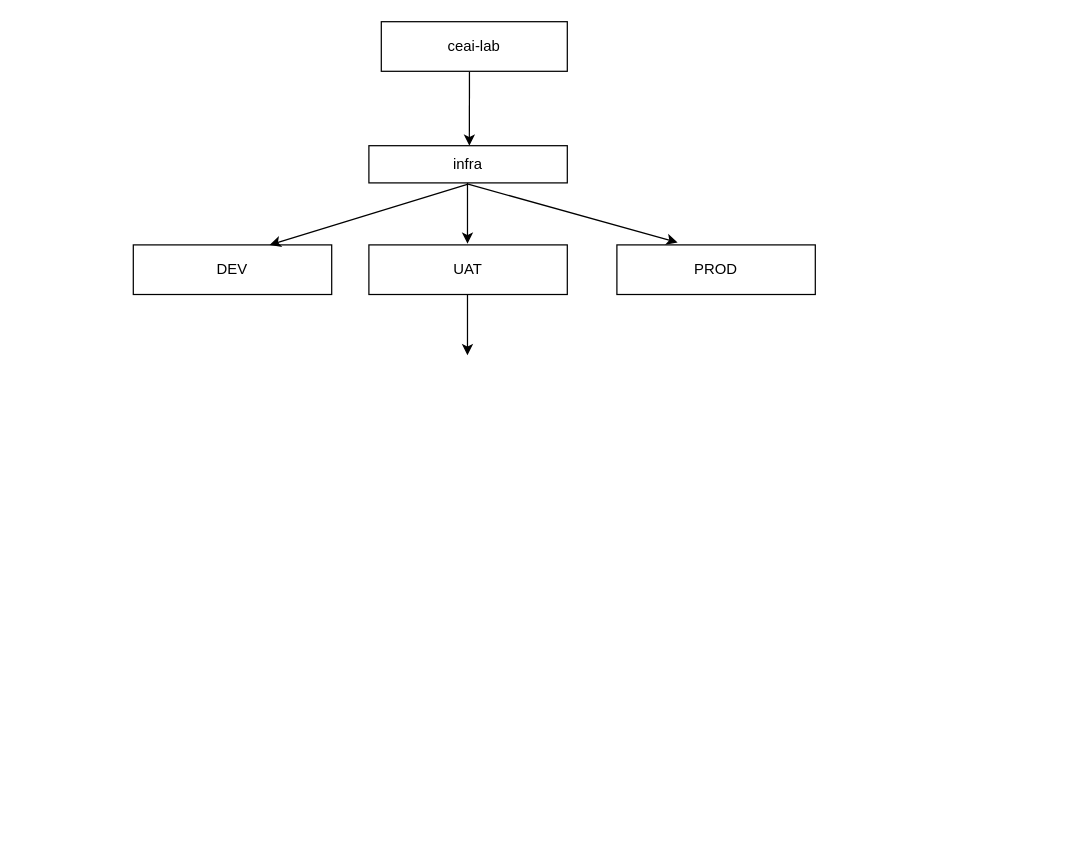
vishalshah1984/samle-CI keeps this draw.io diagram as Untitled Diagram.drawio. Above is the earlier version. Source tidied: cells renumbered, new cells numbered last; positions are measured from the earlier drawing's top-left corner, leaving out a move shared by most shapes. Both pictures are drawn from the tidied source at 124%, with x=0, y=0 at pixel (133, 21).
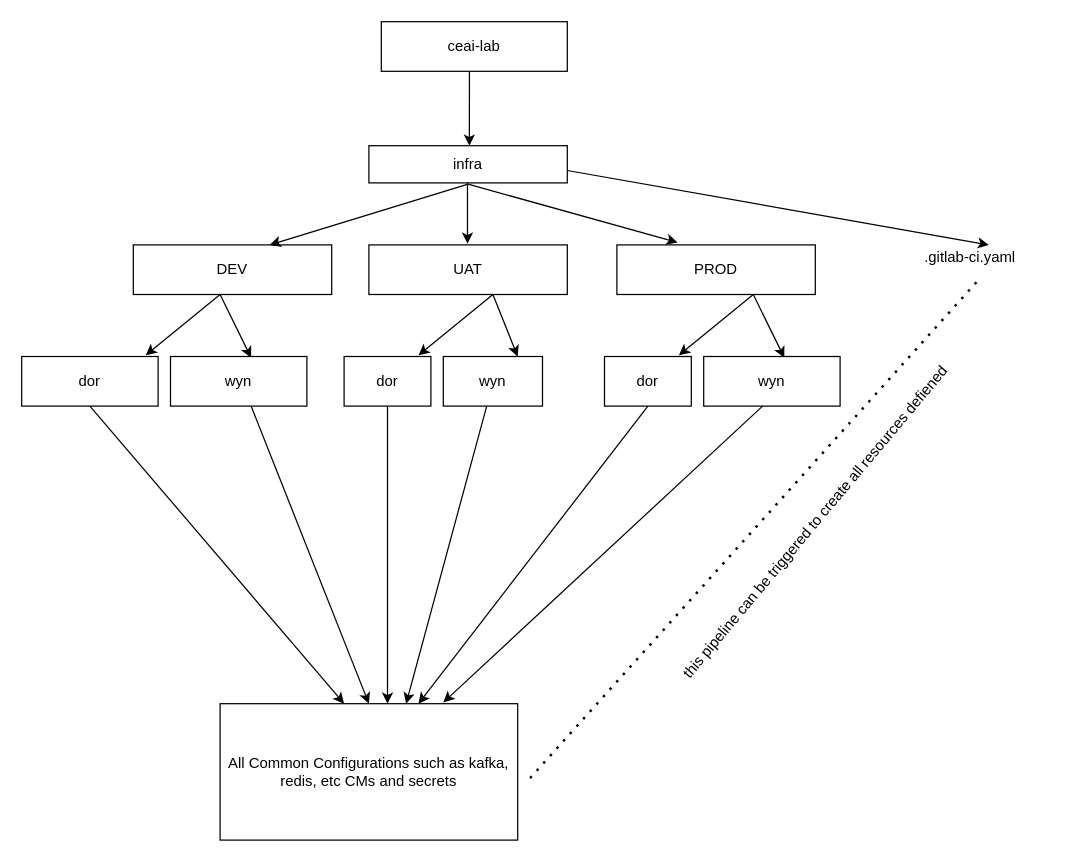
The same diagram, later.

The edit, as a diff of the source:
```diff
@@
     <mxCell id="7" style="endArrow=classic;html=1;exitX=0.474;exitY=1.013;exitDx=0;exitDy=0;exitPerimeter=0;" parent="1" edge="1">
       <mxGeometry relative="1" as="geometry">
-        <mxPoint x="269.5" y="220" as="sourcePoint" />
-        <mxPoint x="269.5" y="269" as="targetPoint" />
+        <mxPoint x="70" y="220" as="sourcePoint" />
+        <mxPoint x="10" y="269" as="targetPoint" />
       </mxGeometry>
     </mxCell>
@@
+    <mxCell id="12" style="endArrow=classic;html=1;exitX=0.474;exitY=1.013;exitDx=0;exitDy=0;exitPerimeter=0;entryX=0.591;entryY=0.025;entryDx=0;entryDy=0;entryPerimeter=0;" parent="1" edge="1" target="14">
+      <mxGeometry relative="1" as="geometry">
+        <mxPoint x="70" y="220" as="sourcePoint" />
+      </mxGeometry>
+    </mxCell>
+    <mxCell id="13" value="dor" style="rounded=0;whiteSpace=wrap;html=1;" parent="1" vertex="1">
+      <mxGeometry x="-90" y="270" width="110" height="40" as="geometry" />
+    </mxCell>
+    <mxCell id="14" value="wyn" style="rounded=0;whiteSpace=wrap;html=1;" parent="1" vertex="1">
+      <mxGeometry x="30" y="270" width="110" height="40" as="geometry" />
+    </mxCell>
+    <mxCell id="15" style="endArrow=classic;html=1;exitX=0.474;exitY=1.013;exitDx=0;exitDy=0;exitPerimeter=0;" parent="1" edge="1">
+      <mxGeometry relative="1" as="geometry">
+        <mxPoint x="290" y="220" as="sourcePoint" />
+        <mxPoint x="230" y="269" as="targetPoint" />
+      </mxGeometry>
+    </mxCell>
+    <mxCell id="16" style="endArrow=classic;html=1;exitX=0.474;exitY=1.013;exitDx=0;exitDy=0;exitPerimeter=0;entryX=0.75;entryY=0;entryDx=0;entryDy=0;" parent="1" edge="1" target="18">
+      <mxGeometry relative="1" as="geometry">
+        <mxPoint x="290" y="220" as="sourcePoint" />
+      </mxGeometry>
+    </mxCell>
+    <mxCell id="17" value="dor" style="rounded=0;whiteSpace=wrap;html=1;" parent="1" vertex="1">
+      <mxGeometry x="170" y="270" width="70" height="40" as="geometry" />
+    </mxCell>
+    <mxCell id="18" value="wyn" style="rounded=0;whiteSpace=wrap;html=1;" parent="1" vertex="1">
+      <mxGeometry x="250" y="270" width="80" height="40" as="geometry" />
+    </mxCell>
+    <mxCell id="19" style="endArrow=classic;html=1;exitX=0.474;exitY=1.013;exitDx=0;exitDy=0;exitPerimeter=0;" parent="1" edge="1">
+      <mxGeometry relative="1" as="geometry">
+        <mxPoint x="500" y="220" as="sourcePoint" />
+        <mxPoint x="440" y="269" as="targetPoint" />
+      </mxGeometry>
+    </mxCell>
+    <mxCell id="20" style="endArrow=classic;html=1;exitX=0.474;exitY=1.013;exitDx=0;exitDy=0;exitPerimeter=0;entryX=0.591;entryY=0.025;entryDx=0;entryDy=0;entryPerimeter=0;" parent="1" edge="1" target="22">
+      <mxGeometry relative="1" as="geometry">
+        <mxPoint x="500" y="220" as="sourcePoint" />
+      </mxGeometry>
+    </mxCell>
+    <mxCell id="21" value="dor" style="rounded=0;whiteSpace=wrap;html=1;" parent="1" vertex="1">
+      <mxGeometry x="380" y="270" width="70" height="40" as="geometry" />
+    </mxCell>
+    <mxCell id="22" value="wyn" style="rounded=0;whiteSpace=wrap;html=1;" parent="1" vertex="1">
+      <mxGeometry x="460" y="270" width="110" height="40" as="geometry" />
+    </mxCell>
+    <mxCell id="23" style="endArrow=classic;html=1;exitX=0.5;exitY=1;exitDx=0;exitDy=0;" parent="1" edge="1" source="13">
+      <mxGeometry relative="1" as="geometry">
+        <mxPoint x="170" y="550" as="targetPoint" />
+      </mxGeometry>
+    </mxCell>
+    <mxCell id="24" style="endArrow=classic;html=1;exitX=0.5;exitY=1;exitDx=0;exitDy=0;" parent="1" edge="1">
+      <mxGeometry relative="1" as="geometry">
+        <mxPoint x="95" y="310" as="sourcePoint" />
+        <mxPoint x="190" y="550" as="targetPoint" />
+      </mxGeometry>
+    </mxCell>
+    <mxCell id="25" style="endArrow=classic;html=1;exitX=0.5;exitY=1;exitDx=0;exitDy=0;" parent="1" edge="1">
+      <mxGeometry relative="1" as="geometry">
+        <mxPoint x="205" y="310" as="sourcePoint" />
+        <mxPoint x="205" y="550" as="targetPoint" />
+      </mxGeometry>
+    </mxCell>
+    <mxCell id="26" style="endArrow=classic;html=1;exitX=0.5;exitY=1;exitDx=0;exitDy=0;" parent="1" edge="1">
+      <mxGeometry relative="1" as="geometry">
+        <mxPoint x="285" y="310" as="sourcePoint" />
+        <mxPoint x="220" y="550" as="targetPoint" />
+      </mxGeometry>
+    </mxCell>
+    <mxCell id="27" style="endArrow=classic;html=1;exitX=0.5;exitY=1;exitDx=0;exitDy=0;" parent="1" edge="1">
+      <mxGeometry relative="1" as="geometry">
+        <mxPoint x="415" y="310" as="sourcePoint" />
+        <mxPoint x="230" y="550" as="targetPoint" />
+      </mxGeometry>
+    </mxCell>
+    <mxCell id="28" style="endArrow=classic;html=1;exitX=0.5;exitY=1;exitDx=0;exitDy=0;" parent="1" edge="1">
+      <mxGeometry relative="1" as="geometry">
+        <mxPoint x="507.5" y="310" as="sourcePoint" />
+        <mxPoint x="250" y="549" as="targetPoint" />
+      </mxGeometry>
+    </mxCell>
+    <mxCell id="29" value="All Common Configurations such as kafka, redis, etc CMs and secrets" style="rounded=0;whiteSpace=wrap;html=1;" parent="1" vertex="1">
+      <mxGeometry x="70" y="550" width="240" height="110" as="geometry" />
+    </mxCell>
+    <mxCell id="30" style="endArrow=classic;html=1;exitX=0.474;exitY=1.013;exitDx=0;exitDy=0;exitPerimeter=0;" parent="1" edge="1">
+      <mxGeometry relative="1" as="geometry">
+        <mxPoint x="350" y="120" as="sourcePoint" />
+        <mxPoint x="690" y="180" as="targetPoint" />
+      </mxGeometry>
+    </mxCell>
+    <mxCell id="31" value=".gitlab-ci.yaml" style="text;html=1;strokeColor=none;fillColor=none;align=center;verticalAlign=middle;whiteSpace=wrap;rounded=0;" parent="1" vertex="1">
+      <mxGeometry x="600" y="180" width="150" height="20" as="geometry" />
+    </mxCell>
+    <mxCell id="32" style="endArrow=none;dashed=1;html=1;dashPattern=1 3;strokeWidth=2;" parent="1" edge="1">
+      <mxGeometry relative="1" as="geometry">
+        <mxPoint x="320" y="610" as="sourcePoint" />
+        <mxPoint x="680" y="210" as="targetPoint" />
+      </mxGeometry>
+    </mxCell>
+    <mxCell id="33" value="this pipeline can be triggered to create all resources defiened" style="text;html=1;strokeColor=none;fillColor=none;align=center;verticalAlign=middle;whiteSpace=wrap;rounded=0;rotation=-50;" parent="1" vertex="1">
+      <mxGeometry x="363.7" y="380.7" width="372.9" height="46.6" as="geometry" />
+    </mxCell>
```
